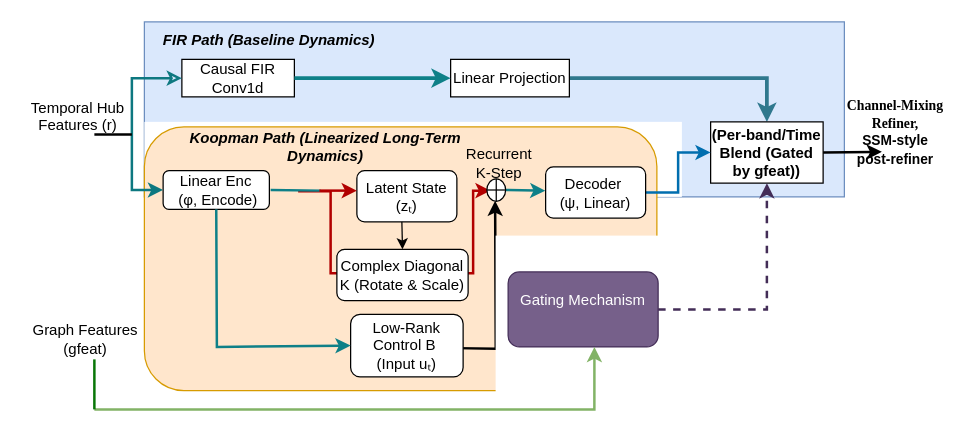
Before: src/Kopame.drawio in drchk/Timeseries_fuction, a draw.io diagram. Source tidied: cells renumbered, new cells numbered last; positions are measured from the earlier drawing's top-left corner, leaving out a move shared by most shapes. Both pictures are drawn from the tidied source at 125%, with x=0, y=0 at pixel (21, 21).
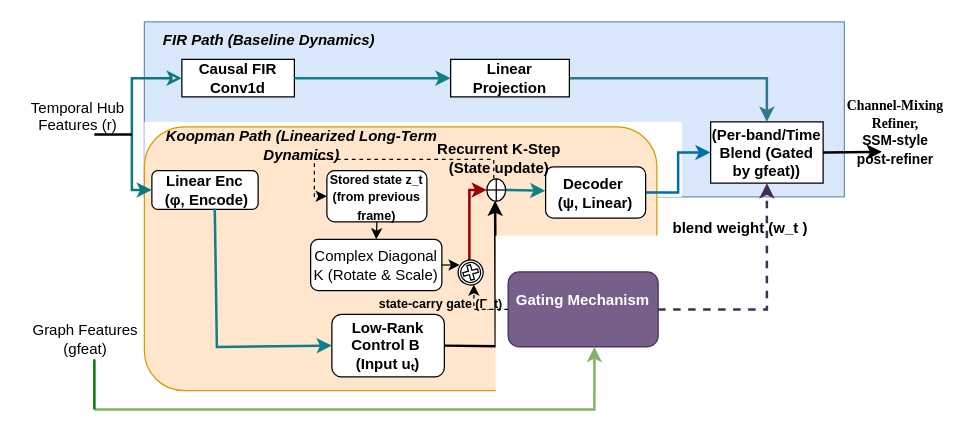
After the change.

Unchanged cells that the change refers to:
```xml
<mxCell id="7" value="&lt;span&gt;&lt;b style=&quot;&quot;&gt;&lt;font style=&quot;color: rgb(0, 0, 0);&quot;&gt;(Per-band/Time Blend (Gated by gfeat))&lt;/font&gt;&lt;/b&gt;&lt;/span&gt;" style="rounded=0;whiteSpace=wrap;html=1;" parent="1" vertex="1">
  <mxGeometry x="551" y="80" width="90" height="49" as="geometry" />
</mxCell>
```

What changed in the source:
```diff
@@
-    <mxCell id="2" style="rounded=0;whiteSpace=wrap;html=1;fillColor=#dae8fc;strokeColor=#6c8ebf;" parent="1" vertex="1">
-      <mxGeometry x="98" width="560" height="140" as="geometry" />
-    </mxCell>
+    <mxCell id="38" style="rounded=0;whiteSpace=wrap;html=1;fillColor=#dae8fc;strokeColor=#6c8ebf;" parent="1" vertex="1">
+      <mxGeometry x="98" width="560" height="140" as="geometry" />
+    </mxCell>
@@
-    <mxCell id="4" value="Causal FIR&lt;div&gt;Conv1d&lt;/div&gt;" style="rounded=0;whiteSpace=wrap;html=1;" parent="1" vertex="1">
+    <mxCell id="4" value="&lt;b&gt;Causal FIR&lt;/b&gt;&lt;div&gt;&lt;b&gt;Conv1d&lt;/b&gt;&lt;/div&gt;" style="rounded=0;whiteSpace=wrap;html=1;" parent="1" vertex="1">
       <mxGeometry x="128" y="30" width="90" height="30" as="geometry" />
     </mxCell>
-    <mxCell id="5" style="edgeStyle=orthogonalEdgeStyle;rounded=0;jettySize=auto;html=1;exitX=1;exitY=0.5;exitDx=0;exitDy=0;strokeWidth=3;fillColor=#1ba1e2;strokeColor=#2F788D;" parent="1" edge="1" source="6" target="7">
+    <mxCell id="5" style="edgeStyle=orthogonalEdgeStyle;rounded=0;jettySize=auto;html=1;exitX=1;exitY=0.5;exitDx=0;exitDy=0;strokeWidth=2;fillColor=#1ba1e2;strokeColor=#2F788D;" parent="1" edge="1" source="6" target="7">
       <mxGeometry relative="1" as="geometry" />
     </mxCell>
-    <mxCell id="6" value="Linear Projection" style="rounded=0;whiteSpace=wrap;html=1;" parent="1" vertex="1">
+    <mxCell id="6" value="&lt;b&gt;Linear Projection&lt;/b&gt;" style="rounded=0;whiteSpace=wrap;html=1;" parent="1" vertex="1">
       <mxGeometry x="343" y="30" width="95" height="30" as="geometry" />
     </mxCell>
@@
-    <mxCell id="8" style="rounded=0;whiteSpace=wrap;html=1;fillColor=default;strokeColor=none;" parent="1" vertex="1">
-      <mxGeometry x="98" y="80" width="430" height="60" as="geometry" />
-    </mxCell>
+    <mxCell id="39" style="rounded=0;whiteSpace=wrap;html=1;fillColor=default;strokeColor=none;" parent="1" vertex="1">
+      <mxGeometry x="98" y="80" width="430" height="60" as="geometry" />
+    </mxCell>
-    <mxCell id="9" style="endArrow=classic;html=1;rounded=0;exitX=1;exitY=0.5;exitDx=0;exitDy=0;entryX=0;entryY=0.5;entryDx=0;entryDy=0;strokeWidth=3;fillColor=#b0e3e6;strokeColor=#0e8088;" parent="1" edge="1" source="4" target="6">
+    <mxCell id="9" style="endArrow=classic;html=1;rounded=0;exitX=1;exitY=0.5;exitDx=0;exitDy=0;entryX=0;entryY=0.5;entryDx=0;entryDy=0;strokeWidth=2;fillColor=#b0e3e6;strokeColor=#0e8088;" parent="1" edge="1" source="4" target="6">
       <mxGeometry relative="1" as="geometry" />
     </mxCell>
-    <mxCell id="10" style="rounded=1;whiteSpace=wrap;html=1;fillColor=#ffe6cc;strokeColor=#d79b00;" parent="1" vertex="1">
-      <mxGeometry x="98" y="84" width="410" height="211" as="geometry" />
-    </mxCell>
+    <mxCell id="40" style="rounded=1;whiteSpace=wrap;html=1;fillColor=#ffe6cc;strokeColor=#d79b00;" parent="1" vertex="1">
+      <mxGeometry x="98" y="84" width="410" height="211" as="geometry" />
+    </mxCell>
     <mxCell id="11" value="&lt;i&gt;&lt;b&gt;Koopman Path (Linearized Long-Term Dynamics)&lt;/b&gt;&lt;/i&gt;" style="text;html=1;whiteSpace=wrap;strokeColor=none;fillColor=none;align=center;verticalAlign=middle;rounded=0;" parent="1" vertex="1">
-      <mxGeometry x="124" y="85" width="238" height="30" as="geometry" />
+      <mxGeometry x="105" y="84" width="238" height="30" as="geometry" />
     </mxCell>
-    <mxCell id="12" value="Linear Enc&lt;div&gt;&amp;nbsp;(φ, Encode)&lt;/div&gt;" style="rounded=1;whiteSpace=wrap;html=1;" parent="1" vertex="1">
-      <mxGeometry x="113" y="119" width="85" height="31" as="geometry" />
+    <mxCell id="12" value="&lt;b&gt;Linear Enc&lt;/b&gt;&lt;div&gt;&lt;b&gt;&amp;nbsp;(φ, Encode)&lt;/b&gt;&lt;/div&gt;" style="rounded=1;whiteSpace=wrap;html=1;" parent="1" vertex="1">
+      <mxGeometry x="104" y="119" width="85" height="31" as="geometry" />
     </mxCell>
-    <mxCell id="13" style="edgeStyle=orthogonalEdgeStyle;rounded=0;orthogonalLoop=1;jettySize=auto;html=1;endArrow=none;endFill=0;fillColor=#e51400;strokeColor=#B20000;strokeWidth=2;startArrow=classic;startFill=1;" parent="1" edge="1">
-      <mxGeometry relative="1" as="geometry">
-        <mxPoint x="375" y="135" as="sourcePoint" />
-        <mxPoint x="221" y="135.5" as="targetPoint" />
-        <Array as="points">
-          <mxPoint x="361" y="135" />
-          <mxPoint x="361" y="201" />
-          <mxPoint x="247" y="201" />
-          <mxPoint x="247" y="136" />
-        </Array>
-      </mxGeometry>
-    </mxCell>
-    <mxCell id="14" value="Latent State (zₜ)" style="rounded=1;whiteSpace=wrap;html=1;" parent="1" vertex="1">
-      <mxGeometry x="268" y="119" width="80" height="41" as="geometry" />
-    </mxCell>
+    <mxCell id="41" value="&lt;font style=&quot;font-size: 10px;&quot;&gt;&lt;b&gt;Stored state z_t&lt;br&gt;(from previous frame)&lt;/b&gt;&lt;/font&gt;" style="rounded=1;whiteSpace=wrap;html=1;" parent="1" vertex="1">
+      <mxGeometry x="244" y="119" width="80" height="41" as="geometry" />
+    </mxCell>
+    <mxCell id="42" style="edgeStyle=orthogonalEdgeStyle;rounded=0;orthogonalLoop=1;jettySize=auto;html=1;entryX=0;entryY=0.5;entryDx=0;entryDy=0;strokeWidth=2;strokeColor=light-dark(#990000,#FFFFFF);" parent="1" edge="1">
+      <mxGeometry relative="1" as="geometry">
+        <mxPoint x="358" y="203" as="sourcePoint" />
+        <mxPoint x="372" y="134.5" as="targetPoint" />
+        <Array as="points">
+          <mxPoint x="358" y="203" />
+          <mxPoint x="358" y="135" />
+        </Array>
+      </mxGeometry>
+    </mxCell>
     <mxCell id="15" value="Complex Diagonal K (Rotate &amp;amp; Scale)" style="rounded=1;whiteSpace=wrap;html=1;" parent="1" vertex="1">
-      <mxGeometry x="252" y="182" width="105" height="41" as="geometry" />
+      <mxGeometry x="231" y="174" width="105" height="41" as="geometry" />
     </mxCell>
-    <mxCell id="16" style="edgeStyle=orthogonalEdgeStyle;rounded=0;orthogonalLoop=1;jettySize=auto;html=1;exitX=1;exitY=0.5;exitDx=0;exitDy=0;entryX=1;entryY=1;entryDx=0;entryDy=0;strokeWidth=2;" parent="1" edge="1">
-      <mxGeometry relative="1" as="geometry">
-        <mxPoint x="347" y="261" as="sourcePoint" />
-        <mxPoint x="378.6" y="143.1" as="targetPoint" />
-      </mxGeometry>
-    </mxCell>
+    <mxCell id="43" style="edgeStyle=orthogonalEdgeStyle;rounded=0;orthogonalLoop=1;jettySize=auto;html=1;exitX=1;exitY=0.5;exitDx=0;exitDy=0;entryX=1;entryY=1;entryDx=0;entryDy=0;strokeWidth=2;" parent="1" edge="1">
+      <mxGeometry relative="1" as="geometry">
+        <mxPoint x="338" y="259" as="sourcePoint" />
+        <mxPoint x="378.6" y="143.1" as="targetPoint" />
+      </mxGeometry>
+    </mxCell>
-    <mxCell id="17" value="Low-Rank Control B&amp;nbsp;&lt;div&gt;(Input uₜ)&lt;/div&gt;" style="rounded=1;whiteSpace=wrap;html=1;" parent="1" vertex="1">
-      <mxGeometry x="263" y="234" width="90" height="50" as="geometry" />
+    <mxCell id="17" value="&lt;b&gt;Low-Rank Control B&amp;nbsp;&lt;/b&gt;&lt;div&gt;&lt;b&gt;(Input uₜ)&lt;/b&gt;&lt;/div&gt;" style="rounded=1;whiteSpace=wrap;html=1;" parent="1" vertex="1">
+      <mxGeometry x="248" y="234" width="90" height="50" as="geometry" />
     </mxCell>
@@
-    <mxCell id="19" value="Decoder&amp;nbsp;&lt;div&gt;(ψ, Linear)&lt;/div&gt;" style="rounded=1;whiteSpace=wrap;html=1;" parent="1" vertex="1">
+    <mxCell id="19" value="&lt;b&gt;Decoder&amp;nbsp;&lt;/b&gt;&lt;div&gt;&lt;b&gt;(ψ, Linear)&lt;/b&gt;&lt;/div&gt;" style="rounded=1;whiteSpace=wrap;html=1;" parent="1" vertex="1">
       <mxGeometry x="419" y="116" width="80" height="41" as="geometry" />
     </mxCell>
-    <mxCell id="20" style="rounded=0;whiteSpace=wrap;html=1;strokeColor=none;" parent="1" vertex="1">
-      <mxGeometry x="379" y="171" width="130" height="140" as="geometry" />
-    </mxCell>
+    <mxCell id="44" style="rounded=0;whiteSpace=wrap;html=1;strokeColor=none;" parent="1" vertex="1">
+      <mxGeometry x="379" y="171" width="130" height="140" as="geometry" />
+    </mxCell>
@@
-    <mxCell id="22" value="Gating Mechanism&lt;div&gt;&lt;br&gt;&lt;/div&gt;" style="rounded=1;whiteSpace=wrap;html=1;fillColor=#76608a;fontColor=#ffffff;strokeColor=#432D57;" parent="1" vertex="1">
+    <mxCell id="22" value="&lt;b&gt;Gating Mechanism&lt;/b&gt;&lt;div&gt;&lt;br&gt;&lt;/div&gt;" style="rounded=1;whiteSpace=wrap;html=1;fillColor=#76608a;fontColor=#ffffff;strokeColor=#432D57;" parent="1" vertex="1">
       <mxGeometry x="389" y="200" width="120" height="60" as="geometry" />
     </mxCell>
@@
-    <mxCell id="24" style="endArrow=none;html=1;rounded=0;strokeWidth=2;" parent="1" edge="1">
-      <mxGeometry relative="1" as="geometry">
-        <mxPoint x="58" y="90" as="sourcePoint" />
-        <mxPoint x="88" y="90" as="targetPoint" />
-      </mxGeometry>
-    </mxCell>
+    <mxCell id="45" style="endArrow=none;html=1;rounded=0;strokeWidth=2;" parent="1" edge="1">
+      <mxGeometry relative="1" as="geometry">
+        <mxPoint x="58" y="90" as="sourcePoint" />
+        <mxPoint x="88" y="90" as="targetPoint" />
+      </mxGeometry>
+    </mxCell>
@@
-    <mxCell id="26" style="endArrow=none;html=1;rounded=0;exitX=1;exitY=0.5;exitDx=0;exitDy=0;fillColor=#b0e3e6;strokeColor=#0e8088;strokeWidth=2;" parent="1" edge="1">
-      <mxGeometry relative="1" as="geometry">
-        <mxPoint x="199" y="134.5" as="sourcePoint" />
-        <mxPoint x="239" y="135" as="targetPoint" />
-      </mxGeometry>
-    </mxCell>
-    <mxCell id="27" style="endArrow=classic;html=1;rounded=0;fillColor=#e51400;strokeColor=#B20000;strokeWidth=2;" parent="1" edge="1">
-      <mxGeometry relative="1" as="geometry">
-        <mxPoint x="238" y="135" as="sourcePoint" />
-        <mxPoint x="268" y="135" as="targetPoint" />
-      </mxGeometry>
-    </mxCell>
@@
-    <mxCell id="29" style="endArrow=classic;html=1;rounded=0;entryX=0.608;entryY=0.636;entryDx=0;entryDy=0;fillColor=#d5e8d4;gradientColor=#97d077;strokeColor=#82b366;strokeWidth=2;entryPerimeter=0;" parent="1" edge="1" target="20">
-      <mxGeometry relative="1" as="geometry">
-        <mxPoint x="58" y="310" as="sourcePoint" />
-        <Array as="points">
-          <mxPoint x="458" y="310" />
-        </Array>
-      </mxGeometry>
-    </mxCell>
-    <mxCell id="30" style="endArrow=classic;html=1;rounded=0;entryX=0.78;entryY=0.242;entryDx=0;entryDy=0;entryPerimeter=0;strokeWidth=2;fillColor=#b0e3e6;strokeColor=#0e8088;exitX=1;exitY=0.5;exitDx=0;exitDy=0;" parent="1" edge="1" source="37">
-      <mxGeometry relative="1" as="geometry">
-        <mxPoint x="418.8" y="135.1" as="targetPoint" />
-      </mxGeometry>
-    </mxCell>
-    <mxCell id="31" style="endArrow=classic;html=1;rounded=0;exitX=0.5;exitY=1;exitDx=0;exitDy=0;entryX=0.5;entryY=0;entryDx=0;entryDy=0;" parent="1" edge="1" target="15">
-      <mxGeometry relative="1" as="geometry">
-        <mxPoint x="304" y="160" as="sourcePoint" />
-      </mxGeometry>
-    </mxCell>
-    <mxCell id="32" value="Recurrent K-Step" style="text;html=1;whiteSpace=wrap;strokeColor=none;fillColor=none;align=center;verticalAlign=middle;rounded=0;" parent="1" vertex="1">
-      <mxGeometry x="352" y="97.5" width="60" height="30" as="geometry" />
-    </mxCell>
-    <mxCell id="33" style="endArrow=classic;html=1;rounded=0;exitX=1;exitY=0.5;exitDx=0;exitDy=0;strokeWidth=2;" parent="1" edge="1" source="7">
-      <mxGeometry relative="1" as="geometry">
-        <mxPoint x="688" y="104" as="targetPoint" />
-      </mxGeometry>
-    </mxCell>
+    <mxCell id="46" style="endArrow=classic;html=1;rounded=0;entryX=0.608;entryY=0.636;entryDx=0;entryDy=0;fillColor=#d5e8d4;gradientColor=#97d077;strokeColor=#82b366;strokeWidth=2;entryPerimeter=0;" parent="1" edge="1" target="44">
+      <mxGeometry relative="1" as="geometry">
+        <mxPoint x="58" y="310" as="sourcePoint" />
+        <Array as="points">
+          <mxPoint x="458" y="310" />
+        </Array>
+      </mxGeometry>
+    </mxCell>
+    <mxCell id="47" style="endArrow=classic;html=1;rounded=0;entryX=0.78;entryY=0.242;entryDx=0;entryDy=0;entryPerimeter=0;strokeWidth=2;fillColor=#b0e3e6;strokeColor=#0e8088;exitX=1;exitY=0.5;exitDx=0;exitDy=0;" parent="1" edge="1" source="53">
+      <mxGeometry relative="1" as="geometry">
+        <mxPoint x="418.8" y="135.1" as="targetPoint" />
+      </mxGeometry>
+    </mxCell>
+    <mxCell id="48" style="endArrow=classic;html=1;rounded=0;exitX=0.5;exitY=1;exitDx=0;exitDy=0;entryX=0.5;entryY=0;entryDx=0;entryDy=0;" parent="1" edge="1" source="41" target="15">
+      <mxGeometry relative="1" as="geometry" />
+    </mxCell>
+    <mxCell id="49" value="&lt;b&gt;Recurrent K-Step (State update)&lt;/b&gt;" style="text;html=1;whiteSpace=wrap;strokeColor=none;fillColor=none;align=center;verticalAlign=middle;rounded=0;" parent="1" vertex="1">
+      <mxGeometry x="331" y="93.5" width="102" height="30" as="geometry" />
+    </mxCell>
+    <mxCell id="50" style="endArrow=classic;html=1;rounded=0;exitX=1;exitY=0.5;exitDx=0;exitDy=0;strokeWidth=2;" parent="1" edge="1" source="7">
+      <mxGeometry relative="1" as="geometry">
+        <mxPoint x="688" y="104" as="targetPoint" />
+      </mxGeometry>
+    </mxCell>
@@
-    <mxCell id="35" style="endArrow=classic;html=1;rounded=0;exitX=0.5;exitY=1;exitDx=0;exitDy=0;entryX=0;entryY=0.5;entryDx=0;entryDy=0;strokeWidth=2;fillColor=#b0e3e6;strokeColor=#0e8088;" parent="1" edge="1" source="12" target="17">
+    <mxCell id="35" style="endArrow=classic;html=1;rounded=0;exitX=0.592;exitY=0.978;exitDx=0;exitDy=0;entryX=0;entryY=0.5;entryDx=0;entryDy=0;strokeWidth=2;fillColor=#b0e3e6;strokeColor=#0e8088;exitPerimeter=0;" parent="1" edge="1" source="12" target="17">
       <mxGeometry relative="1" as="geometry">
         <Array as="points">
           <mxPoint x="156" y="260" />
         </Array>
       </mxGeometry>
     </mxCell>
-    <mxCell id="36" style="endArrow=none;html=1;rounded=0;strokeWidth=2;fillColor=#60a917;strokeColor=#087607;" parent="1" edge="1">
-      <mxGeometry relative="1" as="geometry">
-        <mxPoint x="58" y="310" as="sourcePoint" />
-        <mxPoint x="58" y="270" as="targetPoint" />
-      </mxGeometry>
-    </mxCell>
-    <mxCell id="37" style="shape=orEllipse;perimeter=ellipsePerimeter;whiteSpace=wrap;html=1;backgroundOutline=1;" parent="1" vertex="1">
-      <mxGeometry x="372" y="125.5" width="15" height="18" as="geometry" />
-    </mxCell>
+    <mxCell id="51" style="endArrow=none;html=1;rounded=0;strokeWidth=2;fillColor=#60a917;strokeColor=#087607;" parent="1" edge="1">
+      <mxGeometry relative="1" as="geometry">
+        <mxPoint x="58" y="310" as="sourcePoint" />
+        <mxPoint x="58" y="270" as="targetPoint" />
+      </mxGeometry>
+    </mxCell>
+    <mxCell id="52" style="edgeStyle=orthogonalEdgeStyle;rounded=0;jettySize=auto;html=1;exitX=0.5;exitY=0;exitDx=0;exitDy=0;entryX=0;entryY=0.5;entryDx=0;entryDy=0;dashed=1;" parent="1" edge="1" target="41">
+      <mxGeometry relative="1" as="geometry">
+        <mxPoint x="377.5" y="125.5" as="sourcePoint" />
+        <Array as="points">
+          <mxPoint x="378" y="110" />
+          <mxPoint x="234" y="110" />
+          <mxPoint x="234" y="140" />
+        </Array>
+      </mxGeometry>
+    </mxCell>
+    <mxCell id="53" style="shape=orEllipse;perimeter=ellipsePerimeter;whiteSpace=wrap;html=1;backgroundOutline=1;" parent="1" vertex="1">
+      <mxGeometry x="372" y="125.5" width="15" height="18" as="geometry" />
+    </mxCell>
+    <mxCell id="54" style="points=[[0.145,0.145,0],[0.5,0,0],[0.855,0.145,0],[1,0.5,0],[0.855,0.855,0],[0.5,1,0],[0.145,0.855,0],[0,0.5,0]];shape=mxgraph.bpmn.event;html=1;verticalLabelPosition=bottom;labelBackgroundColor=#ffffff;verticalAlign=top;align=center;perimeter=ellipsePerimeter;outlineConnect=0;outline=catching;symbol=parallelMultiple;rotation=-15;" parent="1" vertex="1">
+      <mxGeometry x="349" y="190.5" width="20" height="20" as="geometry" />
+    </mxCell>
+    <mxCell id="55" style="edgeStyle=orthogonalEdgeStyle;rounded=0;jettySize=auto;html=1;exitX=0;exitY=0.5;exitDx=0;exitDy=0;entryX=0.5;entryY=1;entryDx=0;entryDy=0;entryPerimeter=0;dashed=1;" parent="1" edge="1" source="22" target="54">
+      <mxGeometry relative="1" as="geometry" />
+    </mxCell>
+    <mxCell id="56" value="&lt;font style=&quot;font-size: 10px;&quot;&gt;&lt;b style=&quot;&quot;&gt;state-carry&amp;nbsp;&lt;/b&gt;&lt;/font&gt;&lt;b style=&quot;font-size: 10px; background-color: transparent; color: light-dark(rgb(0, 0, 0), rgb(255, 255, 255));&quot;&gt;gate (Γ_t)&lt;/b&gt;" style="text;whiteSpace=wrap;html=1;" parent="1" vertex="1">
+      <mxGeometry x="284" y="210.5" width="119" height="29" as="geometry" />
+    </mxCell>
+    <mxCell id="57" style="edgeStyle=orthogonalEdgeStyle;rounded=0;jettySize=auto;html=1;exitX=1;exitY=0.5;exitDx=0;exitDy=0;entryX=0.145;entryY=0.145;entryDx=0;entryDy=0;entryPerimeter=0;" parent="1" edge="1" source="15" target="54">
+      <mxGeometry relative="1" as="geometry" />
+    </mxCell>
+    <mxCell id="58" value="&lt;b&gt;blend weight (w_t )&lt;/b&gt;" style="text;whiteSpace=wrap;html=1;" parent="1" vertex="1">
+      <mxGeometry x="519" y="150.5" width="120" height="40" as="geometry" />
+    </mxCell>
```
